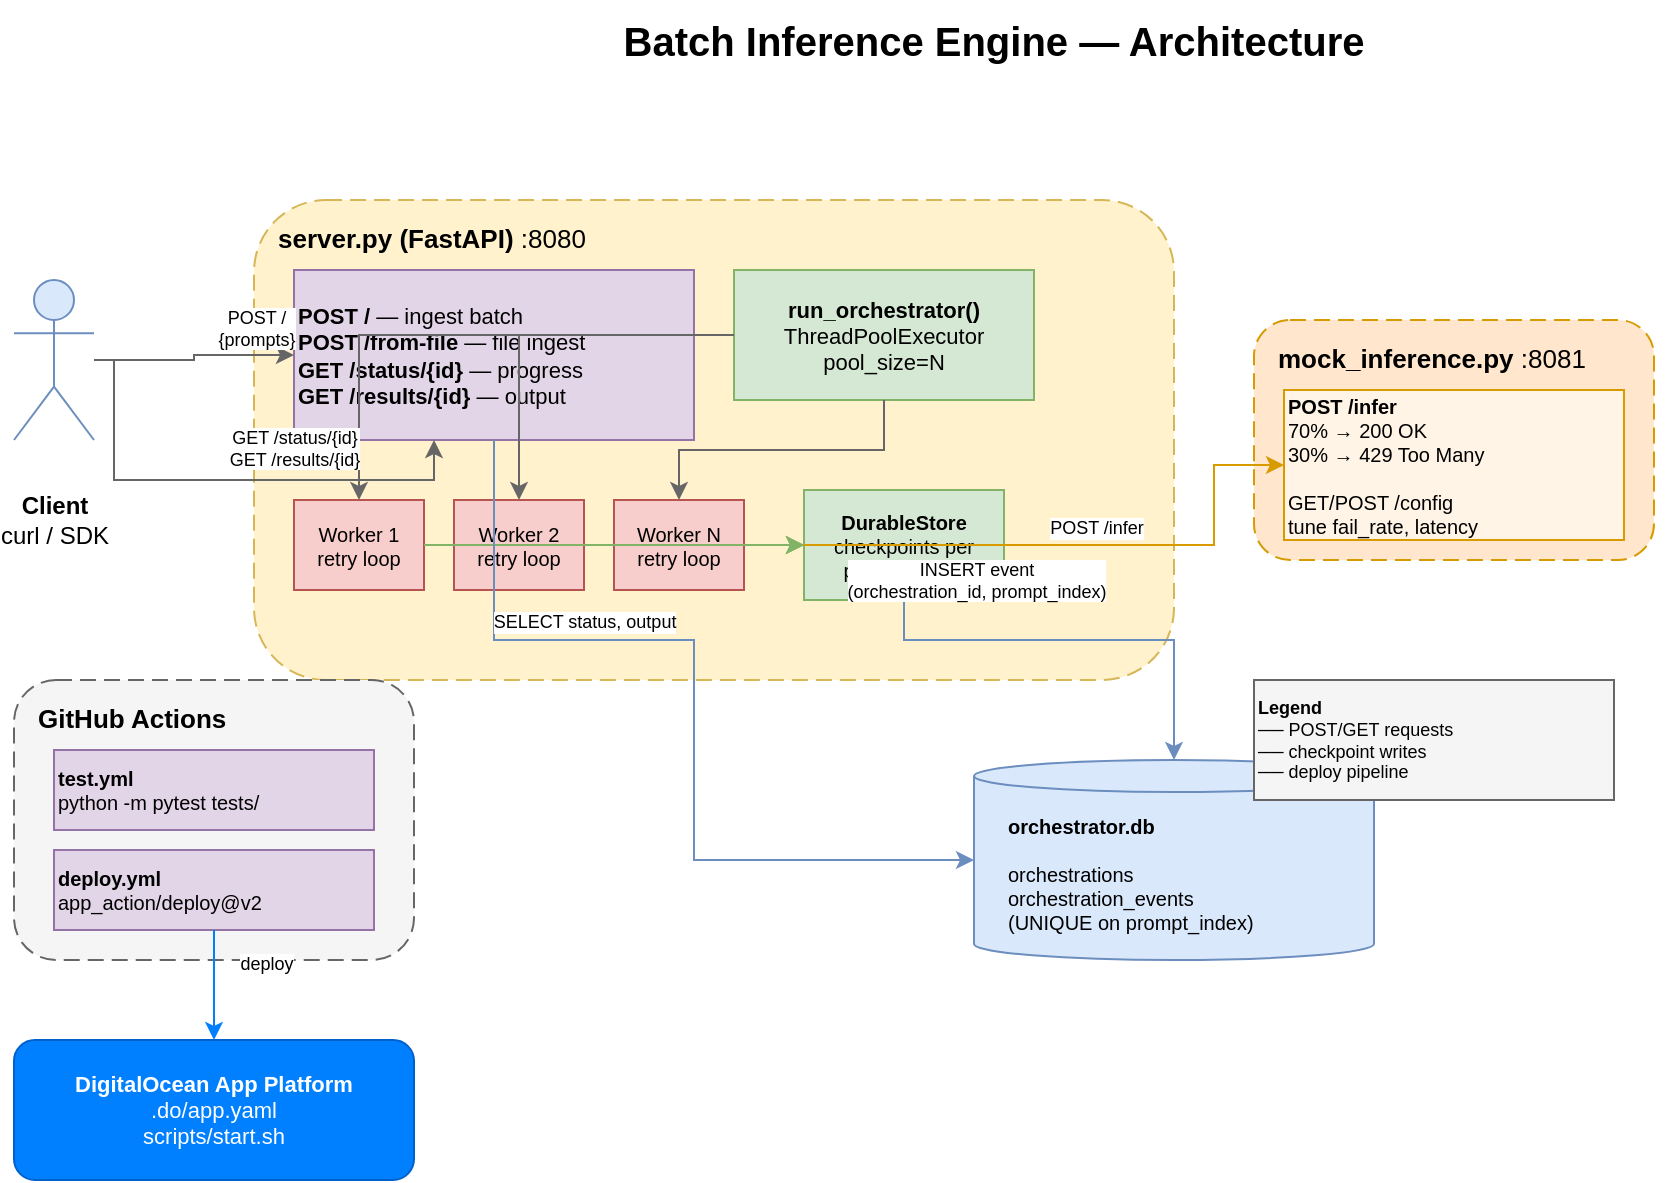
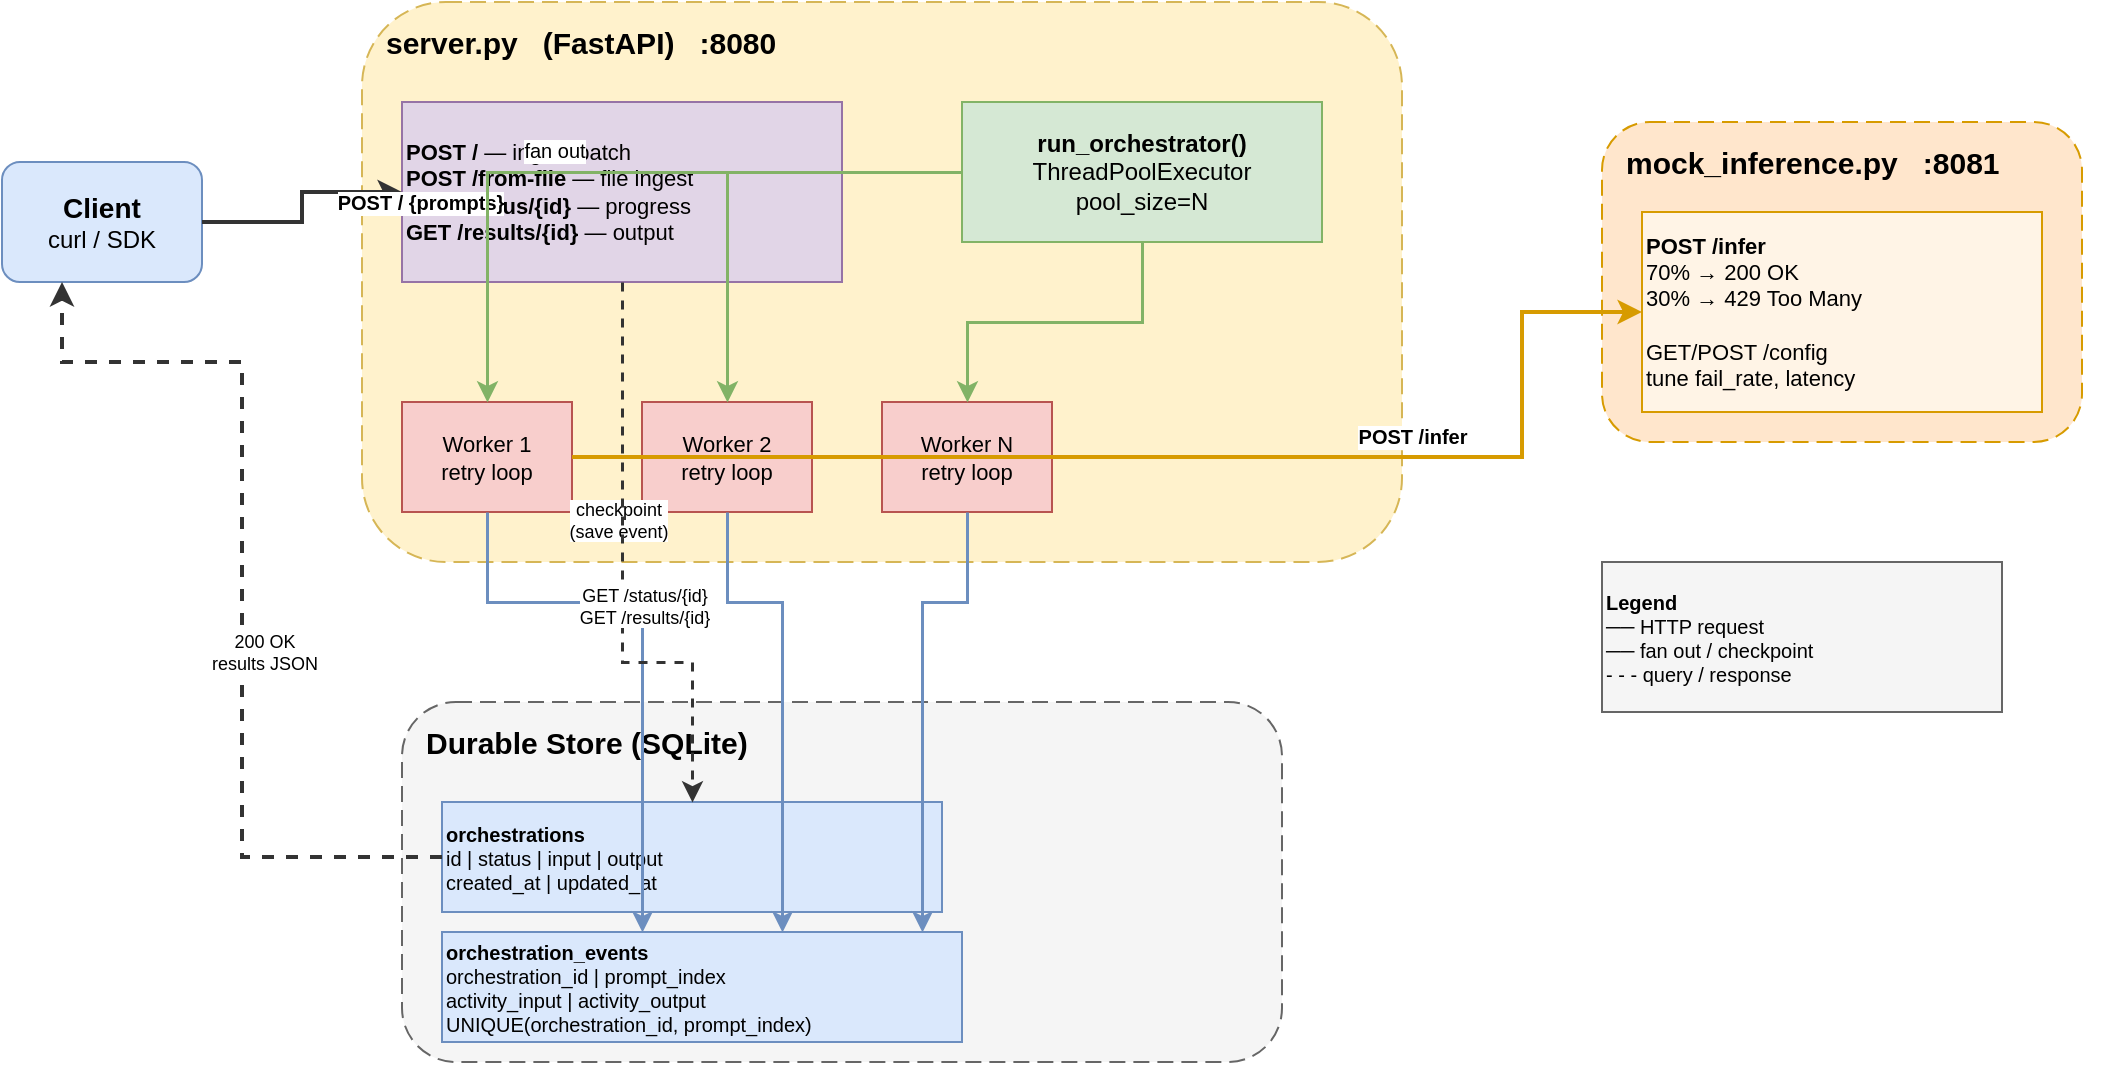
- <mxfile host="app.diagrams.net" modified="2026-06-15T20:15:00.000Z" agent="manual" version="22.0.0">
+ <mxfile host="app.diagrams.net" modified="2026-06-15T20:20:00.000Z" agent="manual" version="22.0.0">
  <diagram name="Architecture" id="batch-inference">
-     <mxGraphModel dx="1200" dy="800" grid="1" gridSize="10" guides="1" tooltips="1" connect="1" arrows="1" fold="1" page="1" pageScale="1" pageWidth="1169" pageHeight="827" math="0" shadow="0">
+     <mxGraphModel dx="1400" dy="900" grid="1" gridSize="10" guides="1" tooltips="1" connect="1" arrows="1" fold="1" page="1" pageScale="1" pageWidth="1400" pageHeight="900" math="0" shadow="0">
      <root>
        <mxCell id="0" />
        <mxCell id="1" parent="0" />

-         <!-- Title -->
-         <mxCell id="title" value="Batch Inference Engine — Architecture" style="text;html=1;strokeColor=none;fillColor=none;align=center;verticalAlign=middle;whiteSpace=wrap;fontSize=20;fontStyle=1" vertex="1" parent="1">
-           <mxGeometry x="300" y="20" width="500" height="40" as="geometry" />
-         </mxCell>
- 
        <!-- Client -->
-         <mxCell id="client" value="&lt;b&gt;Client&lt;/b&gt;&lt;br&gt;curl / SDK" style="shape=umlActor;verticalLabelPosition=bottom;verticalAlignment=top;html=1;outlineConnect=0;fillColor=#dae8fc;strokeColor=#6c8ebf;" vertex="1" parent="1">
-           <mxGeometry x="60" y="160" width="40" height="80" as="geometry" />
+         <mxCell id="client" value="&lt;b style=&quot;font-size:14px&quot;&gt;Client&lt;/b&gt;&lt;br&gt;curl / SDK" style="rounded=1;whiteSpace=wrap;html=1;fillColor=#dae8fc;strokeColor=#6c8ebf;" vertex="1" parent="1">
+           <mxGeometry x="80" y="160" width="100" height="60" as="geometry" />
        </mxCell>

        <!-- Server box -->
        <mxCell id="server-box" value="" style="rounded=1;whiteSpace=wrap;html=1;fillColor=#fff2cc;strokeColor=#d6b656;dashed=1;dashPattern=8 4;" vertex="1" parent="1">
-           <mxGeometry x="180" y="120" width="460" height="240" as="geometry" />
+           <mxGeometry x="260" y="80" width="520" height="280" as="geometry" />
        </mxCell>
-         <mxCell id="server-label" value="&lt;b&gt;server.py (FastAPI)&lt;/b&gt; :8080" style="text;html=1;strokeColor=none;fillColor=none;align=left;verticalAlign=top;whiteSpace=wrap;fontSize=13" vertex="1" parent="1">
-           <mxGeometry x="190" y="125" width="250" height="25" as="geometry" />
+         <mxCell id="server-label" value="&lt;b style=&quot;font-size:15px&quot;&gt;server.py &amp;nbsp; (FastAPI) &amp;nbsp; :8080&lt;/b&gt;" style="text;html=1;strokeColor=none;fillColor=none;align=left;verticalAlign=top;whiteSpace=wrap;" vertex="1" parent="1">
+           <mxGeometry x="270" y="85" width="300" height="30" as="geometry" />
        </mxCell>

        <!-- Endpoints -->
        <mxCell id="endpoints" value="&lt;b&gt;POST /&lt;/b&gt; — ingest batch&lt;br&gt;&lt;b&gt;POST /from-file&lt;/b&gt; — file ingest&lt;br&gt;&lt;b&gt;GET /status/{id}&lt;/b&gt; — progress&lt;br&gt;&lt;b&gt;GET /results/{id}&lt;/b&gt; — output" style="rounded=0;whiteSpace=wrap;html=1;fillColor=#e1d5e7;strokeColor=#9673a6;align=left;fontSize=11;" vertex="1" parent="1">
-           <mxGeometry x="200" y="155" width="200" height="85" as="geometry" />
+           <mxGeometry x="280" y="130" width="220" height="90" as="geometry" />
        </mxCell>

        <!-- run_orchestrator -->
-         <mxCell id="orch" value="&lt;b&gt;run_orchestrator()&lt;/b&gt;&lt;br&gt;ThreadPoolExecutor&lt;br&gt;pool_size=N" style="rounded=0;whiteSpace=wrap;html=1;fillColor=#d5e8d4;strokeColor=#82b366;fontSize=11;" vertex="1" parent="1">
-           <mxGeometry x="420" y="155" width="150" height="65" as="geometry" />
+         <mxCell id="orch" value="&lt;b&gt;run_orchestrator()&lt;/b&gt;&lt;br&gt;ThreadPoolExecutor&lt;br&gt;pool_size=N" style="rounded=0;whiteSpace=wrap;html=1;fillColor=#d5e8d4;strokeColor=#82b366;fontSize=12;" vertex="1" parent="1">
+           <mxGeometry x="560" y="130" width="180" height="70" as="geometry" />
        </mxCell>

        <!-- Workers -->
-         <mxCell id="worker1" value="Worker 1&lt;br&gt;retry loop" style="rounded=0;whiteSpace=wrap;html=1;fillColor=#f8cecc;strokeColor=#b85450;fontSize=10;" vertex="1" parent="1">
-           <mxGeometry x="200" y="270" width="65" height="45" as="geometry" />
+         <mxCell id="worker1" value="Worker 1&lt;br&gt;retry loop" style="rounded=0;whiteSpace=wrap;html=1;fillColor=#f8cecc;strokeColor=#b85450;fontSize=11;" vertex="1" parent="1">
+           <mxGeometry x="280" y="280" width="85" height="55" as="geometry" />
        </mxCell>
-         <mxCell id="worker2" value="Worker 2&lt;br&gt;retry loop" style="rounded=0;whiteSpace=wrap;html=1;fillColor=#f8cecc;strokeColor=#b85450;fontSize=10;" vertex="1" parent="1">
-           <mxGeometry x="280" y="270" width="65" height="45" as="geometry" />
+         <mxCell id="worker2" value="Worker 2&lt;br&gt;retry loop" style="rounded=0;whiteSpace=wrap;html=1;fillColor=#f8cecc;strokeColor=#b85450;fontSize=11;" vertex="1" parent="1">
+           <mxGeometry x="400" y="280" width="85" height="55" as="geometry" />
        </mxCell>
-         <mxCell id="worker3" value="Worker N&lt;br&gt;retry loop" style="rounded=0;whiteSpace=wrap;html=1;fillColor=#f8cecc;strokeColor=#b85450;fontSize=10;" vertex="1" parent="1">
-           <mxGeometry x="360" y="270" width="65" height="45" as="geometry" />
-         </mxCell>
- 
-         <!-- DurableStore label -->
-         <mxCell id="store-label" value="&lt;b&gt;DurableStore&lt;/b&gt;&lt;br&gt;checkpoints per prompt_index" style="rounded=0;whiteSpace=wrap;html=1;fillColor=#d5e8d4;strokeColor=#82b366;fontSize=10;" vertex="1" parent="1">
-           <mxGeometry x="455" y="265" width="100" height="55" as="geometry" />
+         <mxCell id="worker3" value="Worker N&lt;br&gt;retry loop" style="rounded=0;whiteSpace=wrap;html=1;fillColor=#f8cecc;strokeColor=#b85450;fontSize=11;" vertex="1" parent="1">
+           <mxGeometry x="520" y="280" width="85" height="55" as="geometry" />
        </mxCell>

        <!-- Mock Inference -->
        <mxCell id="mock-box" value="" style="rounded=1;whiteSpace=wrap;html=1;fillColor=#ffe6cc;strokeColor=#d79b00;dashed=1;dashPattern=8 4;" vertex="1" parent="1">
-           <mxGeometry x="680" y="180" width="200" height="120" as="geometry" />
+           <mxGeometry x="880" y="140" width="240" height="160" as="geometry" />
        </mxCell>
-         <mxCell id="mock-label" value="&lt;b&gt;mock_inference.py&lt;/b&gt; :8081" style="text;html=1;strokeColor=none;fillColor=none;align=left;verticalAlign=top;whiteSpace=wrap;fontSize=13" vertex="1" parent="1">
-           <mxGeometry x="690" y="185" width="200" height="25" as="geometry" />
+         <mxCell id="mock-label" value="&lt;b style=&quot;font-size:15px&quot;&gt;mock_inference.py &amp;nbsp; :8081&lt;/b&gt;" style="text;html=1;strokeColor=none;fillColor=none;align=left;verticalAlign=top;whiteSpace=wrap;" vertex="1" parent="1">
+           <mxGeometry x="890" y="145" width="250" height="30" as="geometry" />
        </mxCell>
-         <mxCell id="mock-detail" value="&lt;b&gt;POST /infer&lt;/b&gt;&lt;br&gt;70% → 200 OK&lt;br&gt;30% → 429 Too Many&lt;br&gt;&lt;br&gt;GET/POST /config&lt;br&gt;tune fail_rate, latency" style="rounded=0;whiteSpace=wrap;html=1;fillColor=#fff4e6;strokeColor=#d79b00;align=left;fontSize=10;" vertex="1" parent="1">
-           <mxGeometry x="695" y="215" width="170" height="75" as="geometry" />
+         <mxCell id="mock-detail" value="&lt;b&gt;POST /infer&lt;/b&gt;&lt;br&gt;70% → 200 OK&lt;br&gt;30% → 429 Too Many&lt;br&gt;&lt;br&gt;GET/POST /config&lt;br&gt;tune fail_rate, latency" style="rounded=0;whiteSpace=wrap;html=1;fillColor=#fff4e6;strokeColor=#d79b00;align=left;fontSize=11;" vertex="1" parent="1">
+           <mxGeometry x="900" y="185" width="200" height="100" as="geometry" />
        </mxCell>

-         <!-- SQLite -->
-         <mxCell id="db" value="&lt;b&gt;orchestrator.db&lt;/b&gt;&lt;br&gt;&lt;br&gt;orchestrations&lt;br&gt;orchestration_events&lt;br&gt;(UNIQUE on prompt_index)" style="shape=cylinder3;whiteSpace=wrap;html=1;boundedLbl=1;backgroundOutline=1;size=8;fillColor=#dae8fc;strokeColor=#6c8ebf;fontSize=10;align=left;spacingLeft=15;" vertex="1" parent="1">
-           <mxGeometry x="540" y="400" width="200" height="100" as="geometry" />
+         <!-- DurableStore/DB group -->
+         <mxCell id="db-box" value="" style="rounded=1;whiteSpace=wrap;html=1;fillColor=#f5f5f5;strokeColor=#666666;dashed=1;dashPattern=8 4;" vertex="1" parent="1">
+           <mxGeometry x="280" y="430" width="440" height="180" as="geometry" />
+         </mxCell>
+         <mxCell id="db-label" value="&lt;b style=&quot;font-size:15px&quot;&gt;Durable Store (SQLite)&lt;/b&gt;" style="text;html=1;strokeColor=none;fillColor=none;align=left;verticalAlign=top;whiteSpace=wrap;" vertex="1" parent="1">
+           <mxGeometry x="290" y="435" width="250" height="30" as="geometry" />
        </mxCell>

-         <!-- GitHub Actions -->
-         <mxCell id="ci-box" value="" style="rounded=1;whiteSpace=wrap;html=1;fillColor=#f5f5f5;strokeColor=#666666;dashed=1;dashPattern=8 4;" vertex="1" parent="1">
-           <mxGeometry x="60" y="360" width="200" height="140" as="geometry" />
-         </mxCell>
-         <mxCell id="ci-label" value="&lt;b&gt;GitHub Actions&lt;/b&gt;" style="text;html=1;strokeColor=none;fillColor=none;align=left;verticalAlign=top;whiteSpace=wrap;fontSize=13" vertex="1" parent="1">
-           <mxGeometry x="70" y="365" width="180" height="25" as="geometry" />
-         </mxCell>
-         <mxCell id="ci-test" value="&lt;b&gt;test.yml&lt;/b&gt;&lt;br&gt;python -m pytest tests/" style="rounded=0;whiteSpace=wrap;html=1;fillColor=#e1d5e7;strokeColor=#9673a6;fontSize=10;align=left;" vertex="1" parent="1">
-           <mxGeometry x="80" y="395" width="160" height="40" as="geometry" />
-         </mxCell>
-         <mxCell id="ci-deploy" value="&lt;b&gt;deploy.yml&lt;/b&gt;&lt;br&gt;app_action/deploy@v2" style="rounded=0;whiteSpace=wrap;html=1;fillColor=#e1d5e7;strokeColor=#9673a6;fontSize=10;align=left;" vertex="1" parent="1">
-           <mxGeometry x="80" y="445" width="160" height="40" as="geometry" />
+         <!-- orchestrations table -->
+         <mxCell id="tbl-orch" value="&lt;b&gt;orchestrations&lt;/b&gt;&lt;br&gt;id | status | input | output&lt;br&gt;created_at | updated_at" style="rounded=0;whiteSpace=wrap;html=1;fillColor=#dae8fc;strokeColor=#6c8ebf;align=left;fontSize=10;" vertex="1" parent="1">
+           <mxGeometry x="300" y="480" width="250" height="55" as="geometry" />
        </mxCell>

-         <!-- DO App Platform -->
-         <mxCell id="do" value="&lt;b&gt;DigitalOcean App Platform&lt;/b&gt;&lt;br&gt;.do/app.yaml&lt;br&gt;scripts/start.sh" style="rounded=1;whiteSpace=wrap;html=1;fillColor=#0080FF;strokeColor=#0060CC;fontColor=#ffffff;fontSize=11;" vertex="1" parent="1">
-           <mxGeometry x="60" y="540" width="200" height="70" as="geometry" />
+         <!-- orchestration_events table -->
+         <mxCell id="tbl-events" value="&lt;b&gt;orchestration_events&lt;/b&gt;&lt;br&gt;orchestration_id | prompt_index&lt;br&gt;activity_input | activity_output&lt;br&gt;UNIQUE(orchestration_id, prompt_index)" style="rounded=0;whiteSpace=wrap;html=1;fillColor=#dae8fc;strokeColor=#6c8ebf;align=left;fontSize=10;" vertex="1" parent="1">
+           <mxGeometry x="300" y="545" width="260" height="55" as="geometry" />
        </mxCell>

        <!-- Arrows -->
-         <!-- Client → server -->
-         <mxCell id="arrow1" style="edgeStyle=orthogonalEdgeStyle;rounded=0;orthogonalLoop=1;jettySize=auto;html=1;entryX=0;entryY=0.5;entryDx=0;entryDy=0;strokeColor=#666666;" edge="1" parent="1" source="client" target="endpoints">
-           <mxGeometry relative="1" as="geometry">
-             <mxPoint x="150" y="200" as="targetPoint" />
-             <Array as="points">
-               <mxPoint x="150" y="200" />
-             </Array>
-           </mxGeometry>
+         <!-- Client → endpoints -->
+         <mxCell id="a1" style="edgeStyle=orthogonalEdgeStyle;rounded=0;orthogonalLoop=1;jettySize=auto;html=1;strokeColor=#333333;strokeWidth=2;" edge="1" parent="1" source="client" target="endpoints">
+           <mxGeometry relative="1" as="geometry" />
        </mxCell>
-         <mxCell id="arrow1-label" value="POST / &lt;br&gt;{prompts}" style="edgeLabel;html=1;align=center;verticalAlign=middle;resizable=0;points=[];fontSize=9;" vertex="1" connectable="0" parent="arrow1">
+         <mxCell id="a1-label" value="POST / {prompts}" style="edgeLabel;html=1;align=center;verticalAlign=middle;resizable=0;points=[];fontSize=10;fontStyle=1;" vertex="1" connectable="0" parent="a1">
          <mxGeometry x="-0.1" y="1" relative="1" as="geometry">
-             <mxPoint x="35" y="-15" as="offset" />
+             <mxPoint x="60" y="-8" as="offset" />
          </mxGeometry>
        </mxCell>

        <!-- Orchestrator → Workers -->
-         <mxCell id="arrow2" style="edgeStyle=orthogonalEdgeStyle;rounded=0;orthogonalLoop=1;jettySize=auto;html=1;strokeColor=#666666;" edge="1" parent="1" source="orch" target="worker1">
+         <mxCell id="a2" style="edgeStyle=orthogonalEdgeStyle;rounded=0;orthogonalLoop=1;jettySize=auto;html=1;strokeColor=#82b366;strokeWidth=1.5;" edge="1" parent="1" source="orch" target="worker1">
          <mxGeometry relative="1" as="geometry" />
        </mxCell>
-         <mxCell id="arrow3" style="edgeStyle=orthogonalEdgeStyle;rounded=0;orthogonalLoop=1;jettySize=auto;html=1;strokeColor=#666666;" edge="1" parent="1" source="orch" target="worker2">
+         <mxCell id="a3" style="edgeStyle=orthogonalEdgeStyle;rounded=0;orthogonalLoop=1;jettySize=auto;html=1;strokeColor=#82b366;strokeWidth=1.5;" edge="1" parent="1" source="orch" target="worker2">
          <mxGeometry relative="1" as="geometry" />
        </mxCell>
-         <mxCell id="arrow4" style="edgeStyle=orthogonalEdgeStyle;rounded=0;orthogonalLoop=1;jettySize=auto;html=1;strokeColor=#666666;" edge="1" parent="1" source="orch" target="worker3">
+         <mxCell id="a4" style="edgeStyle=orthogonalEdgeStyle;rounded=0;orthogonalLoop=1;jettySize=auto;html=1;strokeColor=#82b366;strokeWidth=1.5;" edge="1" parent="1" source="orch" target="worker3">
          <mxGeometry relative="1" as="geometry" />
+         </mxCell>
+         <mxCell id="a2-label" value="fan out" style="edgeLabel;html=1;align=center;verticalAlign=middle;resizable=0;points=[];fontSize=10;" vertex="1" connectable="0" parent="a2">
+           <mxGeometry x="0.3" y="1" relative="1" as="geometry">
+             <mxPoint x="25" y="-12" as="offset" />
+           </mxGeometry>
        </mxCell>

        <!-- Workers → Mock -->
-         <mxCell id="arrow5" style="edgeStyle=orthogonalEdgeStyle;rounded=0;orthogonalLoop=1;jettySize=auto;html=1;strokeColor=#d79b00;exitX=1;exitY=0.5;exitDx=0;exitDy=0;" edge="1" parent="1" source="worker1" target="mock-detail">
+         <mxCell id="a5" style="edgeStyle=orthogonalEdgeStyle;rounded=0;orthogonalLoop=1;jettySize=auto;html=1;strokeColor=#d79b00;strokeWidth=2;exitX=1;exitY=0.5;exitDx=0;exitDy=0;" edge="1" parent="1" source="worker1" target="mock-detail">
          <mxGeometry relative="1" as="geometry">
+             <mxPoint x="850" y="307" as="targetPoint" />
            <Array as="points">
-               <mxPoint x="660" y="293" />
+               <mxPoint x="840" y="308" />
            </Array>
          </mxGeometry>
        </mxCell>
-         <mxCell id="arrow5-label" value="POST /infer" style="edgeLabel;html=1;align=center;verticalAlign=middle;resizable=0;points=[];fontSize=9;" vertex="1" connectable="0" parent="arrow5">
-           <mxGeometry x="0.3" y="-1" relative="1" as="geometry">
-             <mxPoint x="30" y="-10" as="offset" />
+         <mxCell id="a5-label" value="POST /infer" style="edgeLabel;html=1;align=center;verticalAlign=middle;resizable=0;points=[];fontSize=10;fontStyle=1;" vertex="1" connectable="0" parent="a5">
+           <mxGeometry x="0.3" y="1" relative="1" as="geometry">
+             <mxPoint x="25" y="-10" as="offset" />
          </mxGeometry>
        </mxCell>

-         <!-- Workers → Store checkpoints -->
-         <mxCell id="arrow6" style="edgeStyle=orthogonalEdgeStyle;rounded=0;orthogonalLoop=1;jettySize=auto;html=1;strokeColor=#82b366;" edge="1" parent="1" source="worker1" target="store-label">
-           <mxGeometry relative="1" as="geometry" />
-         </mxCell>
-         <mxCell id="arrow7" style="edgeStyle=orthogonalEdgeStyle;rounded=0;orthogonalLoop=1;jettySize=auto;html=1;strokeColor=#82b366;" edge="1" parent="1" source="worker2" target="store-label">
-           <mxGeometry relative="1" as="geometry" />
-         </mxCell>
-         <mxCell id="arrow8" style="edgeStyle=orthogonalEdgeStyle;rounded=0;orthogonalLoop=1;jettySize=auto;html=1;strokeColor=#82b366;" edge="1" parent="1" source="worker3" target="store-label">
-           <mxGeometry relative="1" as="geometry" />
-         </mxCell>
- 
-         <!-- Store → DB -->
-         <mxCell id="arrow9" style="edgeStyle=orthogonalEdgeStyle;rounded=0;orthogonalLoop=1;jettySize=auto;html=1;strokeColor=#6c8ebf;" edge="1" parent="1" source="store-label" target="db">
+         <!-- Workers → checkpoints -->
+         <mxCell id="a6" style="edgeStyle=orthogonalEdgeStyle;rounded=0;orthogonalLoop=1;jettySize=auto;html=1;strokeColor=#6c8ebf;strokeWidth=1.5;" edge="1" parent="1" source="worker1" target="tbl-events">
          <mxGeometry relative="1" as="geometry">
+             <mxPoint x="322" y="572" as="targetPoint" />
            <Array as="points">
-               <mxPoint x="505" y="340" />
-               <mxPoint x="640" y="340" />
+               <mxPoint x="322" y="380" />
+               <mxPoint x="400" y="380" />
            </Array>
          </mxGeometry>
        </mxCell>
-         <mxCell id="arrow9-label" value="INSERT event&lt;br&gt;(orchestration_id, prompt_index)" style="edgeLabel;html=1;align=center;verticalAlign=middle;resizable=0;points=[];fontSize=9;" vertex="1" connectable="0" parent="arrow9">
-           <mxGeometry x="-0.3" y="1" relative="1" as="geometry">
-             <mxPoint x="-20" y="-29" as="offset" />
+         <mxCell id="a7" style="edgeStyle=orthogonalEdgeStyle;rounded=0;orthogonalLoop=1;jettySize=auto;html=1;strokeColor=#6c8ebf;strokeWidth=1.5;" edge="1" parent="1" source="worker2" target="tbl-events">
+           <mxGeometry relative="1" as="geometry">
+             <Array as="points">
+               <mxPoint x="442" y="380" />
+               <mxPoint x="470" y="380" />
+             </Array>
+           </mxGeometry>
+         </mxCell>
+         <mxCell id="a8" style="edgeStyle=orthogonalEdgeStyle;rounded=0;orthogonalLoop=1;jettySize=auto;html=1;strokeColor=#6c8ebf;strokeWidth=1.5;" edge="1" parent="1" source="worker3" target="tbl-events">
+           <mxGeometry relative="1" as="geometry">
+             <Array as="points">
+               <mxPoint x="562" y="380" />
+               <mxPoint x="540" y="380" />
+             </Array>
+           </mxGeometry>
+         </mxCell>
+         <mxCell id="a6-label" value="checkpoint&lt;br&gt;(save event)" style="edgeLabel;html=1;align=center;verticalAlign=middle;resizable=0;points=[];fontSize=9;" vertex="1" connectable="0" parent="a6">
+           <mxGeometry x="-0.2" y="1" relative="1" as="geometry">
+             <mxPoint x="-5" y="-40" as="offset" />
          </mxGeometry>
        </mxCell>

-         <!-- Client → status/results -->
-         <mxCell id="arrow10" style="edgeStyle=orthogonalEdgeStyle;rounded=0;orthogonalLoop=1;jettySize=auto;html=1;strokeColor=#666666;entryX=0.35;entryY=1;entryDx=0;entryDy=0;entryPerimeter=0;" edge="1" parent="1" source="client" target="endpoints">
+         <!-- Endpoints → DB (read) -->
+         <mxCell id="a9" style="edgeStyle=orthogonalEdgeStyle;rounded=0;orthogonalLoop=1;jettySize=auto;html=1;strokeColor=#333333;strokeWidth=1.5;dashed=1;" edge="1" parent="1" source="endpoints" target="tbl-orch">
          <mxGeometry relative="1" as="geometry">
-             <mxPoint x="110" y="260" as="targetPoint" />
            <Array as="points">
-               <mxPoint x="110" y="260" />
-               <mxPoint x="270" y="260" />
+               <mxPoint x="390" y="410" />
+               <mxPoint x="425" y="410" />
            </Array>
          </mxGeometry>
        </mxCell>
-         <mxCell id="arrow10-label" value="GET /status/{id}&lt;br&gt;GET /results/{id}" style="edgeLabel;html=1;align=center;verticalAlign=middle;resizable=0;points=[];fontSize=9;" vertex="1" connectable="0" parent="arrow10">
+         <mxCell id="a9-label" value="GET /status/{id}&lt;br&gt;GET /results/{id}" style="edgeLabel;html=1;align=center;verticalAlign=middle;resizable=0;points=[];fontSize=9;" vertex="1" connectable="0" parent="a9">
          <mxGeometry x="0.2" y="1" relative="1" as="geometry">
            <mxPoint x="10" y="-15" as="offset" />
          </mxGeometry>
        </mxCell>

-         <!-- Server → DB (status query) -->
-         <mxCell id="arrow11" style="edgeStyle=orthogonalEdgeStyle;rounded=0;orthogonalLoop=1;jettySize=auto;html=1;strokeColor=#6c8ebf;entryX=0;entryY=0.5;entryDx=0;entryDy=0;" edge="1" parent="1" source="endpoints" target="db">
+         <!-- Client → status/results (return) -->
+         <mxCell id="a10" style="edgeStyle=orthogonalEdgeStyle;rounded=0;orthogonalLoop=1;jettySize=auto;html=1;strokeColor=#333333;strokeWidth=2;dashed=1;entryX=0.3;entryY=1;entryDx=0;entryDy=0;entryPerimeter=0;" edge="1" parent="1" source="tbl-orch" target="client">
          <mxGeometry relative="1" as="geometry">
-             <mxPoint x="400" y="450" as="targetPoint" />
            <Array as="points">
-               <mxPoint x="300" y="340" />
-               <mxPoint x="400" y="340" />
+               <mxPoint x="200" y="507" />
+               <mxPoint x="200" y="260" />
+               <mxPoint x="110" y="260" />
            </Array>
          </mxGeometry>
        </mxCell>
-         <mxCell id="arrow11-label" value="SELECT status, output" style="edgeLabel;html=1;align=center;verticalAlign=middle;resizable=0;points=[];fontSize=9;" vertex="1" connectable="0" parent="arrow11">
-           <mxGeometry x="-0.4" y="1" relative="1" as="geometry">
-             <mxPoint x="10" y="-8" as="offset" />
-           </mxGeometry>
-         </mxCell>
- 
-         <!-- CI → DO -->
-         <mxCell id="arrow12" style="edgeStyle=orthogonalEdgeStyle;rounded=0;orthogonalLoop=1;jettySize=auto;html=1;strokeColor=#0080FF;" edge="1" parent="1" source="ci-deploy" target="do">
-           <mxGeometry relative="1" as="geometry" />
-         </mxCell>
-         <mxCell id="arrow12-label" value="deploy" style="edgeLabel;html=1;align=center;verticalAlign=middle;resizable=0;points=[];fontSize=9;" vertex="1" connectable="0" parent="arrow12">
+         <mxCell id="a10-label" value="200 OK&lt;br&gt;results JSON" style="edgeLabel;html=1;align=center;verticalAlign=middle;resizable=0;points=[];fontSize=9;" vertex="1" connectable="0" parent="a10">
          <mxGeometry x="-0.1" y="1" relative="1" as="geometry">
-             <mxPoint x="25" y="-8" as="offset" />
+             <mxPoint x="12" y="12" as="offset" />
          </mxGeometry>
        </mxCell>

        <!-- Legend -->
-         <mxCell id="legend" value="&lt;b&gt;Legend&lt;/b&gt;&lt;br&gt;── POST/GET requests&lt;br&gt;── checkpoint writes&lt;br&gt;── deploy pipeline" style="rounded=0;whiteSpace=wrap;html=1;fillColor=#f5f5f5;strokeColor=#666666;align=left;fontSize=9;" vertex="1" parent="1">
-           <mxGeometry x="680" y="360" width="180" height="60" as="geometry" />
+         <mxCell id="legend" value="&lt;b&gt;Legend&lt;/b&gt;&lt;br&gt;── HTTP request&lt;br&gt;── fan out / checkpoint&lt;br&gt;- - - query / response" style="rounded=0;whiteSpace=wrap;html=1;fillColor=#f5f5f5;strokeColor=#666666;align=left;fontSize=10;" vertex="1" parent="1">
+           <mxGeometry x="880" y="360" width="200" height="75" as="geometry" />
        </mxCell>

      </root>
    </mxGraphModel>
  </diagram>
</mxfile>
